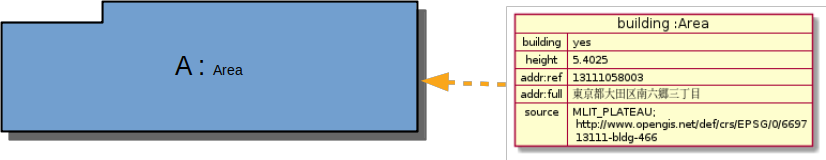
Before: doc/building/sample-a/sample-a-osm.png, a diagram exported from PlantUML (yuuhayashi/citygml-osm). Its source is kept beside it as doc/building/sample-a/sample-a-osm.pu. Source of this version:
```plantuml
@startuml
map "building :Area" as building {
 building => yes
 height => 5.4025
 addr:ref => 13111058003
 addr:full => 東京都大田区南六郷三丁目
 source => MLIT_PLATEAU;\n http://www.opengis.net/def/crs/EPSG/0/6697\n 13111-bldg-466
}
@enduml
```
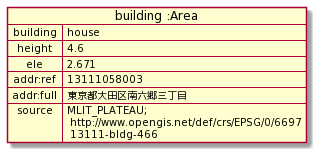
After the change.

Change to the diagram source:
```diff
@@ -1,7 +1,8 @@
 @startuml
 map "building :Area" as building {
- building => yes
- height => 5.4025
+ building => house
+ height => 4.6
+ ele => 2.671
  addr:ref => 13111058003
  addr:full => 東京都大田区南六郷三丁目
  source => MLIT_PLATEAU;\n http://www.opengis.net/def/crs/EPSG/0/6697\n 13111-bldg-466
```
